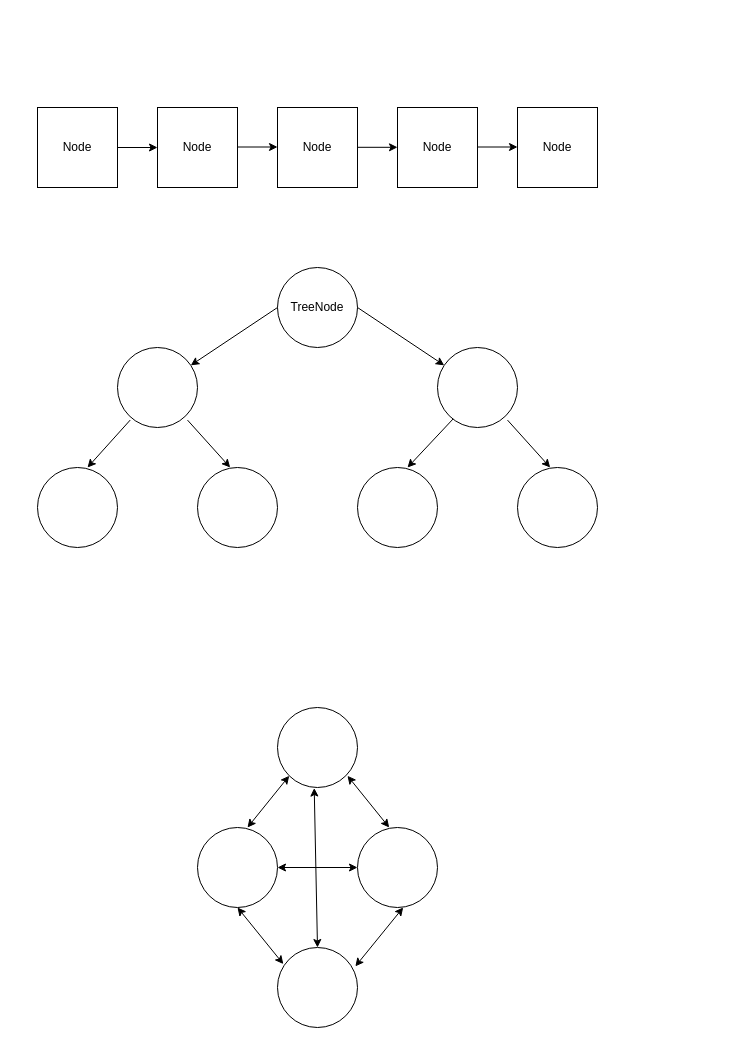
This is src/Untitled Diagram.drawio from negativen/sandbox_fall2022, a draw.io file, before an edit. Source tidied: cells renumbered, new cells numbered last; positions are measured from the earlier drawing's top-left corner, leaving out a move shared by most shapes. Both pictures are drawn from the tidied source at 100%, with x=0, y=0 at pixel (37, 107).
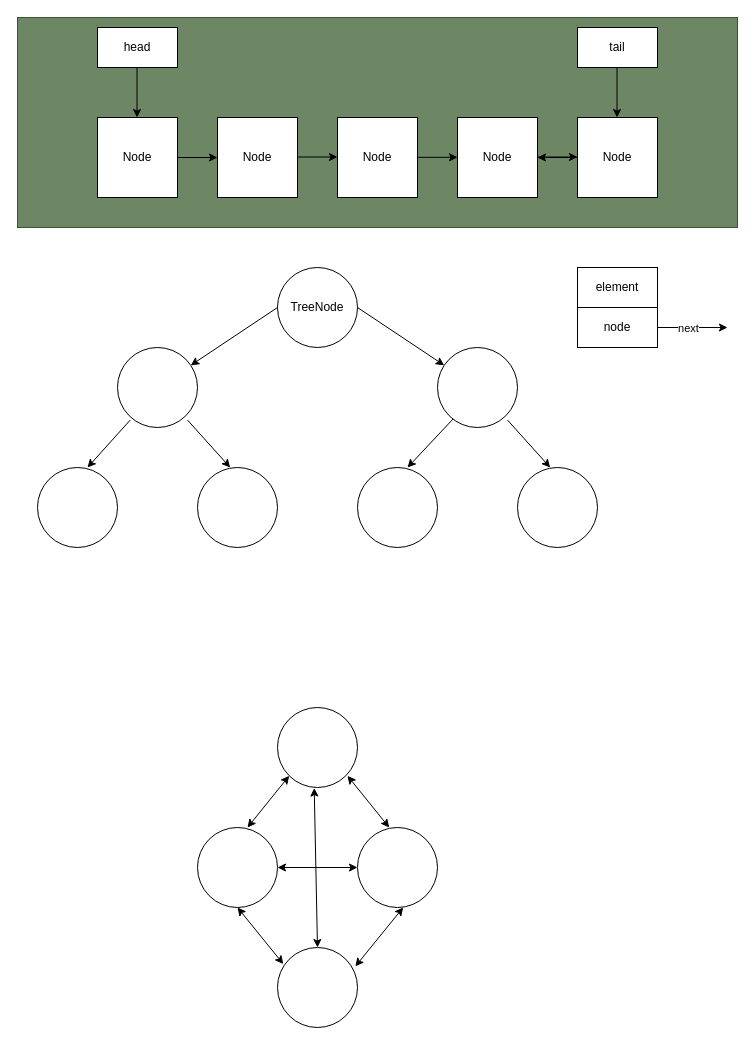
The same page after the edit.

The edit, as a diff of the source:
```diff
@@
+    <mxCell id="34" style="rounded=0;whiteSpace=wrap;html=1;fillColor=#6d8764;strokeColor=#3A5431;fontColor=#ffffff;" parent="1" vertex="1">
+      <mxGeometry x="-20" y="-90" width="720" height="210" as="geometry" />
+    </mxCell>
     <mxCell id="2" value="Node" style="whiteSpace=wrap;html=1;" parent="1" vertex="1">
-      <mxGeometry width="80" height="80" as="geometry" />
+      <mxGeometry x="60" y="10" width="80" height="80" as="geometry" />
     </mxCell>
     <mxCell id="3" value="Node" style="whiteSpace=wrap;html=1;" parent="1" vertex="1">
-      <mxGeometry x="120" width="80" height="80" as="geometry" />
+      <mxGeometry x="180" y="10" width="80" height="80" as="geometry" />
     </mxCell>
     <mxCell id="4" value="Node" style="whiteSpace=wrap;html=1;" parent="1" vertex="1">
-      <mxGeometry x="240" width="80" height="80" as="geometry" />
+      <mxGeometry x="300" y="10" width="80" height="80" as="geometry" />
     </mxCell>
     <mxCell id="5" value="Node" style="whiteSpace=wrap;html=1;" parent="1" vertex="1">
-      <mxGeometry x="360" width="80" height="80" as="geometry" />
+      <mxGeometry x="420" y="10" width="80" height="80" as="geometry" />
     </mxCell>
+    <mxCell id="35" style="edgeStyle=orthogonalEdgeStyle;rounded=0;jettySize=auto;html=1;" parent="1" edge="1" source="6" target="5">
+      <mxGeometry relative="1" as="geometry" />
+    </mxCell>
     <mxCell id="6" value="Node" style="whiteSpace=wrap;html=1;" parent="1" vertex="1">
-      <mxGeometry x="480" width="80" height="80" as="geometry" />
+      <mxGeometry x="540" y="10" width="80" height="80" as="geometry" />
     </mxCell>
     <mxCell id="7" style="endArrow=classic;html=1;rounded=0;entryX=0;entryY=0.5;entryDx=0;entryDy=0;" parent="1" edge="1" target="3">
       <mxGeometry relative="1" as="geometry">
-        <mxPoint x="80" y="40" as="sourcePoint" />
+        <mxPoint x="140" y="50" as="sourcePoint" />
       </mxGeometry>
     </mxCell>
     <mxCell id="8" style="endArrow=classic;html=1;rounded=0;entryX=0;entryY=0.5;entryDx=0;entryDy=0;" parent="1" edge="1">
       <mxGeometry relative="1" as="geometry">
-        <mxPoint x="200" y="39.5" as="sourcePoint" />
-        <mxPoint x="240" y="39.5" as="targetPoint" />
+        <mxPoint x="260" y="49.5" as="sourcePoint" />
+        <mxPoint x="300" y="49.5" as="targetPoint" />
       </mxGeometry>
     </mxCell>
     <mxCell id="9" style="endArrow=classic;html=1;rounded=0;entryX=0;entryY=0.5;entryDx=0;entryDy=0;" parent="1" edge="1">
       <mxGeometry relative="1" as="geometry">
-        <mxPoint x="320" y="39.8" as="sourcePoint" />
-        <mxPoint x="360" y="39.8" as="targetPoint" />
+        <mxPoint x="380" y="49.8" as="sourcePoint" />
+        <mxPoint x="420" y="49.8" as="targetPoint" />
       </mxGeometry>
     </mxCell>
     <mxCell id="10" style="endArrow=classic;html=1;rounded=0;entryX=0;entryY=0.5;entryDx=0;entryDy=0;" parent="1" edge="1">
       <mxGeometry relative="1" as="geometry">
-        <mxPoint x="440" y="39.5" as="sourcePoint" />
-        <mxPoint x="480" y="39.5" as="targetPoint" />
+        <mxPoint x="500" y="49.5" as="sourcePoint" />
+        <mxPoint x="540" y="49.5" as="targetPoint" />
       </mxGeometry>
     </mxCell>
@@
+    <mxCell id="36" value="head" style="rounded=0;whiteSpace=wrap;html=1;" parent="1" vertex="1">
+      <mxGeometry x="60" y="-80" width="80" height="40" as="geometry" />
+    </mxCell>
+    <mxCell id="37" value="tail" style="rounded=0;whiteSpace=wrap;html=1;" parent="1" vertex="1">
+      <mxGeometry x="540" y="-80" width="80" height="40" as="geometry" />
+    </mxCell>
+    <mxCell id="38" style="endArrow=classic;html=1;rounded=0;" parent="1" edge="1">
+      <mxGeometry relative="1" as="geometry">
+        <mxPoint x="99.5" y="-40" as="sourcePoint" />
+        <mxPoint x="99.5" y="10" as="targetPoint" />
+      </mxGeometry>
+    </mxCell>
+    <mxCell id="39" style="endArrow=classic;html=1;rounded=0;" parent="1" edge="1">
+      <mxGeometry relative="1" as="geometry">
+        <mxPoint x="579.5" y="-40" as="sourcePoint" />
+        <mxPoint x="579.5" y="10" as="targetPoint" />
+      </mxGeometry>
+    </mxCell>
+    <mxCell id="40" value="&lt;div&gt;element&lt;/div&gt;" style="rounded=0;whiteSpace=wrap;html=1;" parent="1" vertex="1">
+      <mxGeometry x="540" y="160" width="80" height="40" as="geometry" />
+    </mxCell>
+    <mxCell id="41" value="node" style="rounded=0;whiteSpace=wrap;html=1;" parent="1" vertex="1">
+      <mxGeometry x="540" y="200" width="80" height="40" as="geometry" />
+    </mxCell>
+    <mxCell id="42" style="endArrow=classic;html=1;rounded=0;exitX=1;exitY=0.5;exitDx=0;exitDy=0;" parent="1" edge="1" source="41">
+      <mxGeometry relative="1" as="geometry">
+        <mxPoint x="690" y="220" as="targetPoint" />
+      </mxGeometry>
+    </mxCell>
+    <mxCell id="43" value="next" style="edgeLabel;html=1;align=center;verticalAlign=middle;" parent="42" vertex="1">
+      <mxGeometry x="0.57" y="1" relative="1" as="geometry">
+        <mxPoint x="-25" y="1" as="offset" />
+      </mxGeometry>
+    </mxCell>
```
